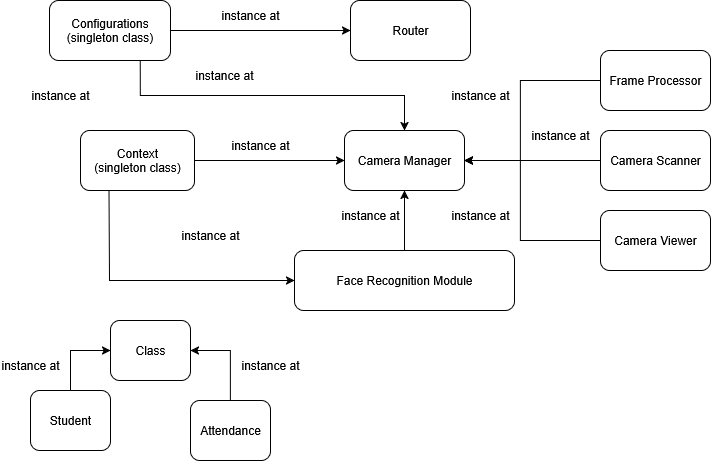
Above: assets/trueface_cam_arch.png in Ahmadalmuhidat/Trueface (draw.io), before the change. Source tidied: cells renumbered, new cells last; positions are measured from the earlier drawing's top-left corner, leaving out a move shared by most shapes.
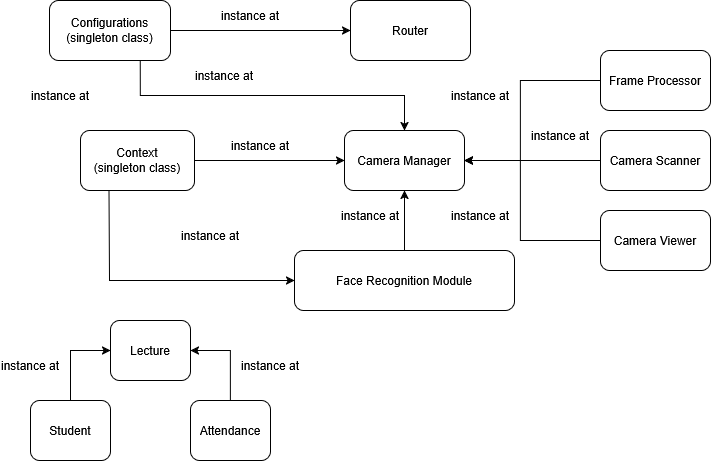
Later version of the same file.

Commit message:
changed class name from class to lecture

Diff of the diagram source:
```diff
@@ -84,11 +84,11 @@
     <mxCell id="25" value="instance at" style="text;html=1;align=center;verticalAlign=middle;whiteSpace=wrap;rounded=0;" parent="1" vertex="1">
       <mxGeometry x="530" y="120" width="60" height="30" as="geometry" />
     </mxCell>
-    <mxCell id="26" value="Class" style="rounded=1;whiteSpace=wrap;html=1;" parent="1" vertex="1">
+    <mxCell id="26" value="Lecture" style="rounded=1;whiteSpace=wrap;html=1;" parent="1" vertex="1">
       <mxGeometry x="110" y="320" width="80" height="60" as="geometry" />
     </mxCell>
     <mxCell id="27" value="Student" style="rounded=1;whiteSpace=wrap;html=1;" parent="1" vertex="1">
-      <mxGeometry x="30" y="390" width="80" height="60" as="geometry" />
+      <mxGeometry x="30" y="400" width="80" height="60" as="geometry" />
     </mxCell>
     <mxCell id="28" style="endArrow=classic;html=1;rounded=0;entryX=0;entryY=0.5;entryDx=0;entryDy=0;exitX=0.25;exitY=1;exitDx=0;exitDy=0;" parent="1" edge="1" source="8" target="6">
       <mxGeometry relative="1" as="geometry">
```
